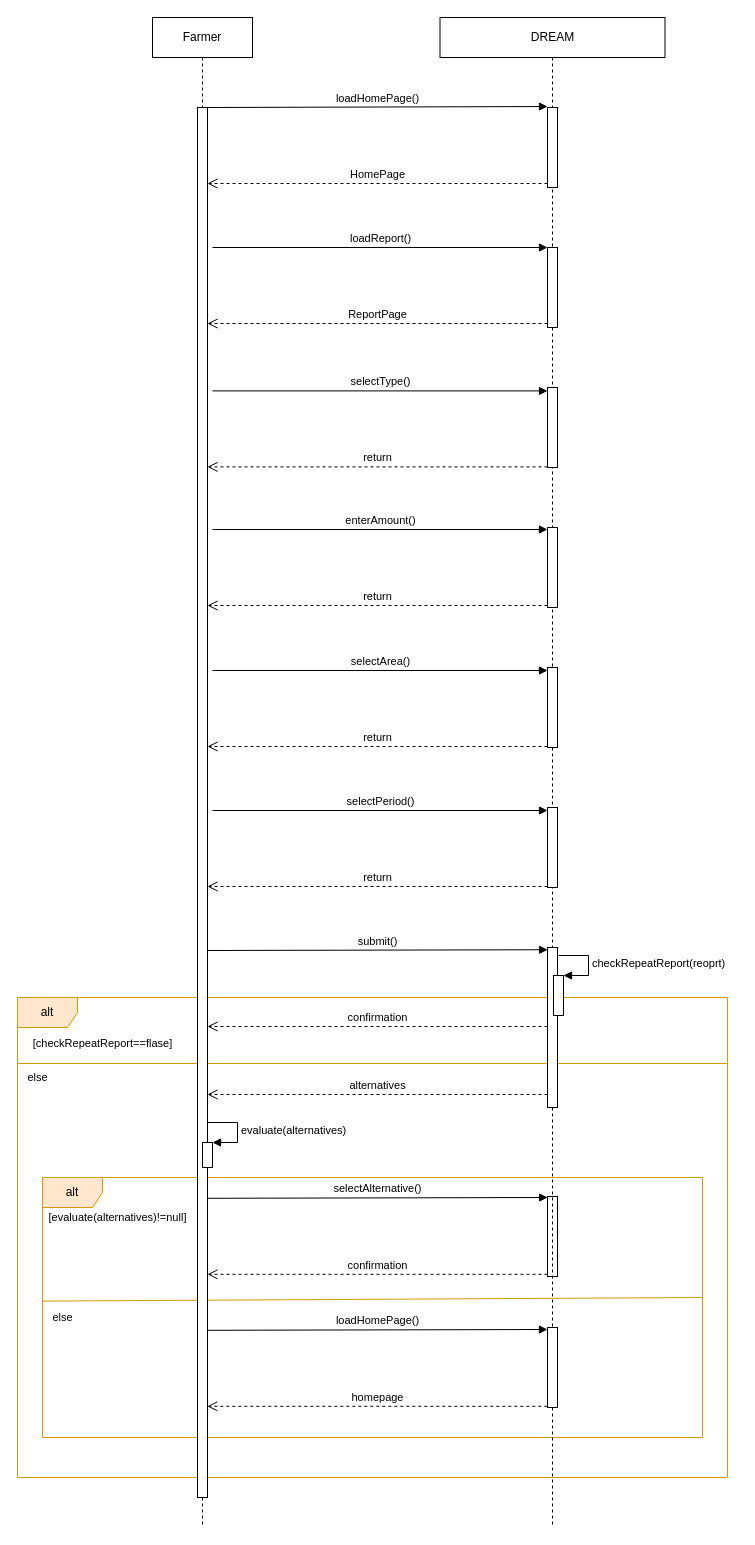
Earlier version of the draw.io diagram page "FarmerReport" (7 of 12) of RASD/diagrams/Sequence Diagram.drawio (ictar/DREAM-SE2-Project-2022). Source tidied: cells renumbered, new cells numbered last; positions are measured from the earlier drawing's top-left corner, leaving out a move shared by most shapes. Both pictures are drawn from the tidied source at 100%, with x=0, y=0 at pixel (17, 17).
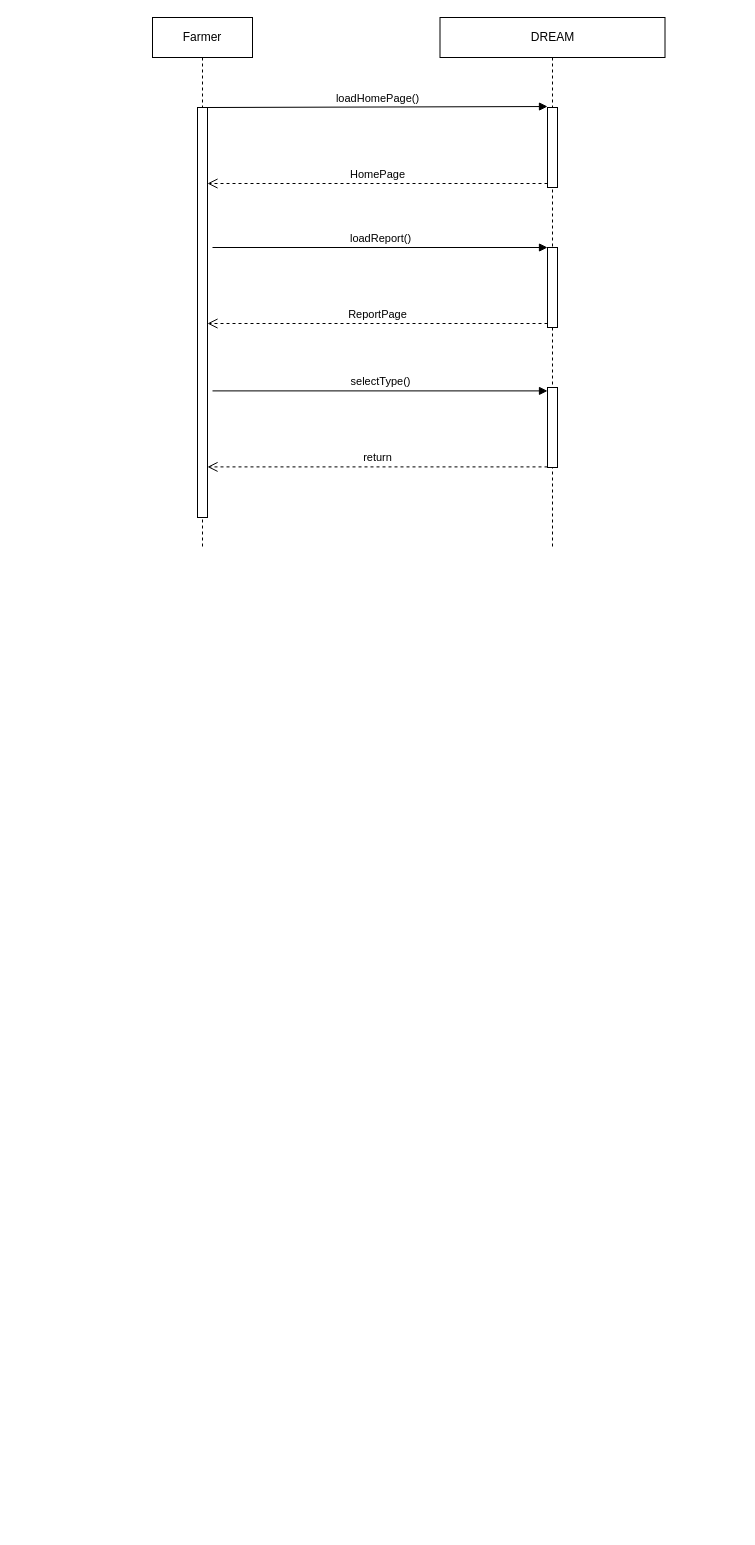
The same diagram, later.

Commit message (it also covers changes not shown here):
Submit sequence diagram

What changed in the source:
```diff
@@
-    <mxCell id="2" style="group;" parent="1" vertex="1">
-      <mxGeometry y="980" width="720" height="480" as="geometry" />
-    </mxCell>
-    <mxCell id="3" style="group;" parent="2" vertex="1">
-      <mxGeometry width="720" height="480" as="geometry" />
-    </mxCell>
-    <mxCell id="4" value="alt" style="shape=umlFrame;whiteSpace=wrap;html=1;fillColor=#ffe6cc;strokeColor=#d79b00;" parent="3" vertex="1">
-      <mxGeometry width="710" height="480" as="geometry" />
-    </mxCell>
-    <mxCell id="5" value="&lt;span style=&quot;font-size: 11px ; text-align: left ; background-color: rgb(255 , 255 , 255)&quot;&gt;[checkRepeatReport==flase]&lt;/span&gt;" style="text;html=1;align=center;verticalAlign=middle;strokeColor=none;fillColor=none;" parent="3" vertex="1">
-      <mxGeometry y="36" width="170" height="20" as="geometry" />
-    </mxCell>
-    <mxCell id="6" value="&lt;div style=&quot;text-align: left&quot;&gt;&lt;span style=&quot;font-size: 11px ; background-color: rgb(255 , 255 , 255)&quot;&gt;else&lt;/span&gt;&lt;/div&gt;" style="text;html=1;align=center;verticalAlign=middle;strokeColor=none;fillColor=none;" parent="3" vertex="1">
-      <mxGeometry y="70" width="40" height="20" as="geometry" />
-    </mxCell>
-    <mxCell id="7" style="group;" parent="3" vertex="1">
-      <mxGeometry x="25" y="180" width="660" height="280" as="geometry" />
-    </mxCell>
-    <mxCell id="8" value="alt" style="shape=umlFrame;whiteSpace=wrap;html=1;fillColor=#ffe6cc;strokeColor=#d79b00;" parent="7" vertex="1">
-      <mxGeometry width="660" height="260" as="geometry" />
-    </mxCell>
-    <mxCell id="9" value="&lt;font style=&quot;font-size: 11px&quot;&gt;&lt;span style=&quot;text-align: left ; background-color: rgb(255 , 255 , 255) ; font-size: 11px&quot;&gt;[&lt;/span&gt;&lt;span style=&quot;text-align: left ; background-color: rgb(255 , 255 , 255) ; font-size: 11px&quot;&gt;evaluate(alternatives)!=null&lt;/span&gt;&lt;span style=&quot;text-align: left ; background-color: rgb(255 , 255 , 255) ; font-size: 11px&quot;&gt;]&lt;/span&gt;&lt;/font&gt;" style="text;html=1;align=center;verticalAlign=middle;strokeColor=none;fillColor=none;" parent="7" vertex="1">
-      <mxGeometry x="-10" y="30.3" width="170" height="20" as="geometry" />
-    </mxCell>
-    <mxCell id="10" value="&lt;div style=&quot;text-align: left&quot;&gt;&lt;span style=&quot;font-size: 11px ; background-color: rgb(255 , 255 , 255)&quot;&gt;else&lt;/span&gt;&lt;/div&gt;" style="text;html=1;align=center;verticalAlign=middle;strokeColor=none;fillColor=none;" parent="7" vertex="1">
-      <mxGeometry y="130" width="40" height="20" as="geometry" />
-    </mxCell>
-    <mxCell id="11" style="endArrow=none;html=1;rounded=0;exitX=0;exitY=0.4;exitDx=0;exitDy=0;exitPerimeter=0;fillColor=#ffe6cc;strokeColor=#d79b00;entryX=1.001;entryY=0.2;entryDx=0;entryDy=0;entryPerimeter=0;" parent="7" edge="1">
-      <mxGeometry relative="1" as="geometry">
-        <mxPoint y="123.6" as="sourcePoint" />
-        <mxPoint x="660.7" y="120" as="targetPoint" />
-      </mxGeometry>
-    </mxCell>
-    <mxCell id="12" value="confirmation" style="html=1;verticalAlign=bottom;endArrow=open;dashed=1;endSize=8;exitX=0;exitY=0.95;rounded=0;" parent="7" edge="1">
-      <mxGeometry relative="1" as="geometry">
-        <mxPoint x="505" y="96.8" as="sourcePoint" />
-        <mxPoint x="165" y="96.8" as="targetPoint" />
-      </mxGeometry>
-    </mxCell>
-    <mxCell id="13" value="selectAlternative()" style="html=1;verticalAlign=bottom;endArrow=block;entryX=0.016;entryY=0.014;rounded=0;entryDx=0;entryDy=0;entryPerimeter=0;" parent="7" edge="1">
-      <mxGeometry relative="1" as="geometry">
-        <mxPoint x="165" y="20.8" as="sourcePoint" />
-        <mxPoint x="505.2" y="20" as="targetPoint" />
-      </mxGeometry>
-    </mxCell>
-    <mxCell id="14" style="html=1;perimeter=orthogonalPerimeter;" parent="7" vertex="1">
-      <mxGeometry x="505" y="19" width="10" height="80" as="geometry" />
-    </mxCell>
-    <mxCell id="15" value="homepage" style="html=1;verticalAlign=bottom;endArrow=open;dashed=1;endSize=8;exitX=0;exitY=0.95;rounded=0;" parent="7" edge="1">
-      <mxGeometry relative="1" as="geometry">
-        <mxPoint x="504.8" y="228.8" as="sourcePoint" />
-        <mxPoint x="164.8" y="228.8" as="targetPoint" />
-      </mxGeometry>
-    </mxCell>
-    <mxCell id="16" value="loadHomePage()" style="html=1;verticalAlign=bottom;endArrow=block;entryX=0.016;entryY=0.014;rounded=0;entryDx=0;entryDy=0;entryPerimeter=0;" parent="7" edge="1">
-      <mxGeometry relative="1" as="geometry">
-        <mxPoint x="164.8" y="152.8" as="sourcePoint" />
-        <mxPoint x="505" y="152" as="targetPoint" />
-      </mxGeometry>
-    </mxCell>
-    <mxCell id="17" style="endArrow=none;html=1;rounded=0;exitX=0;exitY=0.4;exitDx=0;exitDy=0;exitPerimeter=0;fillColor=#ffe6cc;strokeColor=#d79b00;" parent="2" edge="1">
-      <mxGeometry relative="1" as="geometry">
-        <mxPoint y="66" as="sourcePoint" />
-        <mxPoint x="710" y="66" as="targetPoint" />
-      </mxGeometry>
-    </mxCell>
     <mxCell id="18" value="Farmer" style="shape=umlLifeline;perimeter=lifelinePerimeter;whiteSpace=wrap;html=1;" parent="1" vertex="1">
-      <mxGeometry x="135" width="100" height="1510" as="geometry" />
+      <mxGeometry x="135" width="100" height="530" as="geometry" />
     </mxCell>
     <mxCell id="19" value="DREAM" style="shape=umlLifeline;perimeter=lifelinePerimeter;whiteSpace=wrap;html=1;" parent="1" vertex="1">
-      <mxGeometry x="422.5" width="225" height="1510" as="geometry" />
+      <mxGeometry x="422.5" width="225" height="530" as="geometry" />
     </mxCell>
@@
-    <mxCell id="27" value="return" style="html=1;verticalAlign=bottom;endArrow=open;dashed=1;endSize=8;exitX=0;exitY=0.95;rounded=0;" parent="1" edge="1">
-      <mxGeometry relative="1" as="geometry">
-        <mxPoint x="530" y="588" as="sourcePoint" />
-        <mxPoint x="190" y="588" as="targetPoint" />
-      </mxGeometry>
-    </mxCell>
-    <mxCell id="28" value="enterAmount()" style="html=1;verticalAlign=bottom;endArrow=block;entryX=0;entryY=0;rounded=0;" parent="1" edge="1">
-      <mxGeometry relative="1" as="geometry">
-        <mxPoint x="195" y="512" as="sourcePoint" />
-        <mxPoint x="530" y="512" as="targetPoint" />
-      </mxGeometry>
-    </mxCell>
-    <mxCell id="29" value="return" style="html=1;verticalAlign=bottom;endArrow=open;dashed=1;endSize=8;exitX=0;exitY=0.95;rounded=0;" parent="1" edge="1">
-      <mxGeometry relative="1" as="geometry">
-        <mxPoint x="530" y="729" as="sourcePoint" />
-        <mxPoint x="190" y="729" as="targetPoint" />
-      </mxGeometry>
-    </mxCell>
-    <mxCell id="30" value="selectArea()" style="html=1;verticalAlign=bottom;endArrow=block;entryX=0;entryY=0;rounded=0;" parent="1" edge="1">
-      <mxGeometry relative="1" as="geometry">
-        <mxPoint x="195" y="653" as="sourcePoint" />
-        <mxPoint x="530" y="653" as="targetPoint" />
-      </mxGeometry>
-    </mxCell>
-    <mxCell id="31" value="return" style="html=1;verticalAlign=bottom;endArrow=open;dashed=1;endSize=8;exitX=0;exitY=0.95;rounded=0;" parent="1" edge="1">
-      <mxGeometry relative="1" as="geometry">
-        <mxPoint x="530" y="869" as="sourcePoint" />
-        <mxPoint x="190" y="869" as="targetPoint" />
-      </mxGeometry>
-    </mxCell>
-    <mxCell id="32" value="selectPeriod()" style="html=1;verticalAlign=bottom;endArrow=block;entryX=0;entryY=0;rounded=0;" parent="1" edge="1">
-      <mxGeometry relative="1" as="geometry">
-        <mxPoint x="195" y="793" as="sourcePoint" />
-        <mxPoint x="530" y="793" as="targetPoint" />
-      </mxGeometry>
-    </mxCell>
-    <mxCell id="33" value="confirmation" style="html=1;verticalAlign=bottom;endArrow=open;dashed=1;endSize=8;exitX=0;exitY=0.95;rounded=0;" parent="1" edge="1">
-      <mxGeometry relative="1" as="geometry">
-        <mxPoint x="530" y="1009" as="sourcePoint" />
-        <mxPoint x="190" y="1009" as="targetPoint" />
-      </mxGeometry>
-    </mxCell>
-    <mxCell id="34" value="submit()" style="html=1;verticalAlign=bottom;endArrow=block;entryX=0.016;entryY=0.014;rounded=0;entryDx=0;entryDy=0;entryPerimeter=0;" parent="1" edge="1" target="40">
-      <mxGeometry relative="1" as="geometry">
-        <mxPoint x="190" y="933" as="sourcePoint" />
-      </mxGeometry>
-    </mxCell>
@@
-    <mxCell id="37" style="html=1;perimeter=orthogonalPerimeter;" parent="1" vertex="1">
-      <mxGeometry x="530" y="510" width="10" height="80" as="geometry" />
-    </mxCell>
-    <mxCell id="38" style="html=1;perimeter=orthogonalPerimeter;" parent="1" vertex="1">
-      <mxGeometry x="530" y="650" width="10" height="80" as="geometry" />
-    </mxCell>
-    <mxCell id="39" style="html=1;perimeter=orthogonalPerimeter;" parent="1" vertex="1">
-      <mxGeometry x="530" y="790" width="10" height="80" as="geometry" />
-    </mxCell>
-    <mxCell id="40" style="html=1;points=[];perimeter=orthogonalPerimeter;" parent="1" vertex="1">
-      <mxGeometry x="530" y="930" width="10" height="160" as="geometry" />
-    </mxCell>
-    <mxCell id="41" style="html=1;points=[];perimeter=orthogonalPerimeter;" parent="1" vertex="1">
-      <mxGeometry x="536" y="958" width="10" height="40" as="geometry" />
-    </mxCell>
-    <mxCell id="42" value="checkRepeatReport(reoprt)" style="edgeStyle=orthogonalEdgeStyle;html=1;align=left;spacingLeft=2;endArrow=block;rounded=0;entryX=1;entryY=0;" parent="1" edge="1" target="41">
-      <mxGeometry relative="1" as="geometry">
-        <mxPoint x="541" y="938" as="sourcePoint" />
-        <Array as="points">
-          <mxPoint x="571" y="938" />
-        </Array>
-      </mxGeometry>
-    </mxCell>
-    <mxCell id="43" value="evaluate(alternatives)" style="edgeStyle=orthogonalEdgeStyle;html=1;align=left;spacingLeft=2;endArrow=block;rounded=0;entryX=1;entryY=0;" parent="1" edge="1" target="46">
-      <mxGeometry relative="1" as="geometry">
-        <mxPoint x="190" y="1105" as="sourcePoint" />
-        <Array as="points">
-          <mxPoint x="220" y="1105" />
-        </Array>
-      </mxGeometry>
-    </mxCell>
-    <mxCell id="44" value="alternatives" style="html=1;verticalAlign=bottom;endArrow=open;dashed=1;endSize=8;exitX=0;exitY=0.95;rounded=0;" parent="1" edge="1">
-      <mxGeometry relative="1" as="geometry">
-        <mxPoint x="530" y="1077" as="sourcePoint" />
-        <mxPoint x="190" y="1077" as="targetPoint" />
-      </mxGeometry>
-    </mxCell>
     <mxCell id="45" style="html=1;perimeter=orthogonalPerimeter;" parent="1" vertex="1">
-      <mxGeometry x="180" y="90" width="10" height="1390" as="geometry" />
+      <mxGeometry x="180" y="90" width="10" height="410" as="geometry" />
     </mxCell>
-    <mxCell id="46" style="html=1;points=[];perimeter=orthogonalPerimeter;" parent="1" vertex="1">
-      <mxGeometry x="185" y="1125" width="10" height="25" as="geometry" />
-    </mxCell>
-    <mxCell id="47" style="html=1;perimeter=orthogonalPerimeter;" parent="1" vertex="1">
-      <mxGeometry x="530" y="1310" width="10" height="80" as="geometry" />
-    </mxCell>
```
